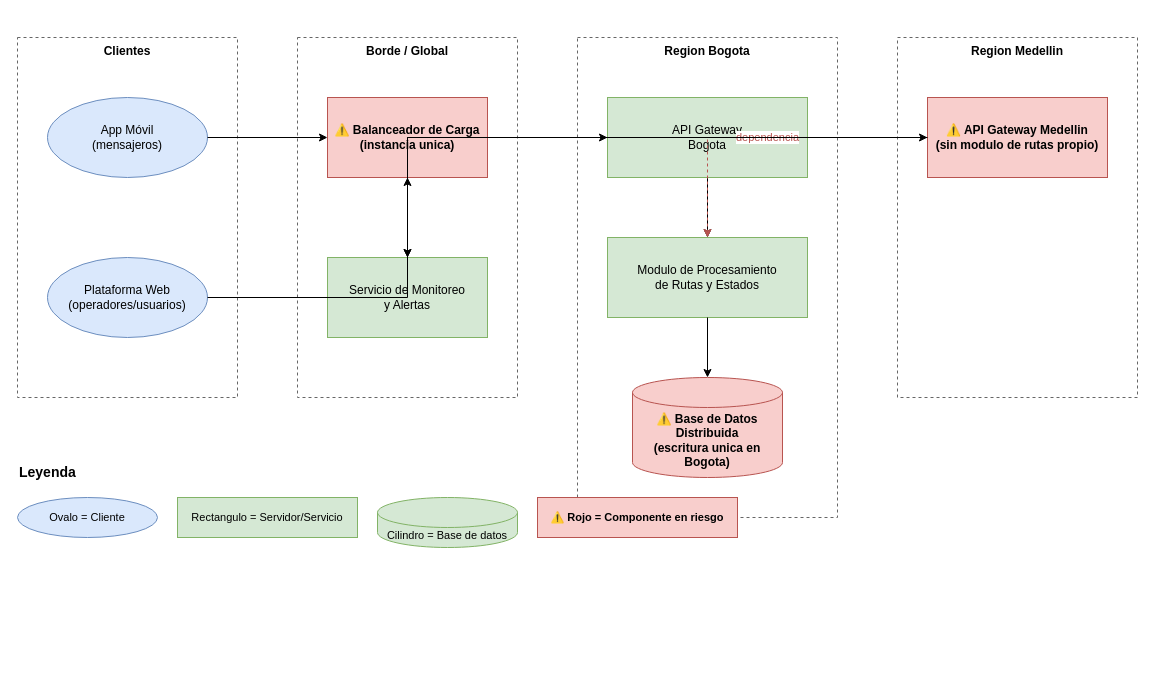
Before: clase/mapa-borrador.drawio in DavidOrozcoJ/Taller-4-MAPA-Munoz_Orozco, a draw.io diagram. Source tidied: cells renumbered, new cells numbered last; positions are measured from the earlier drawing's top-left corner, leaving out a move shared by most shapes. Both pictures are drawn from the tidied source at 100%, with x=0, y=0 at pixel (17, 37).
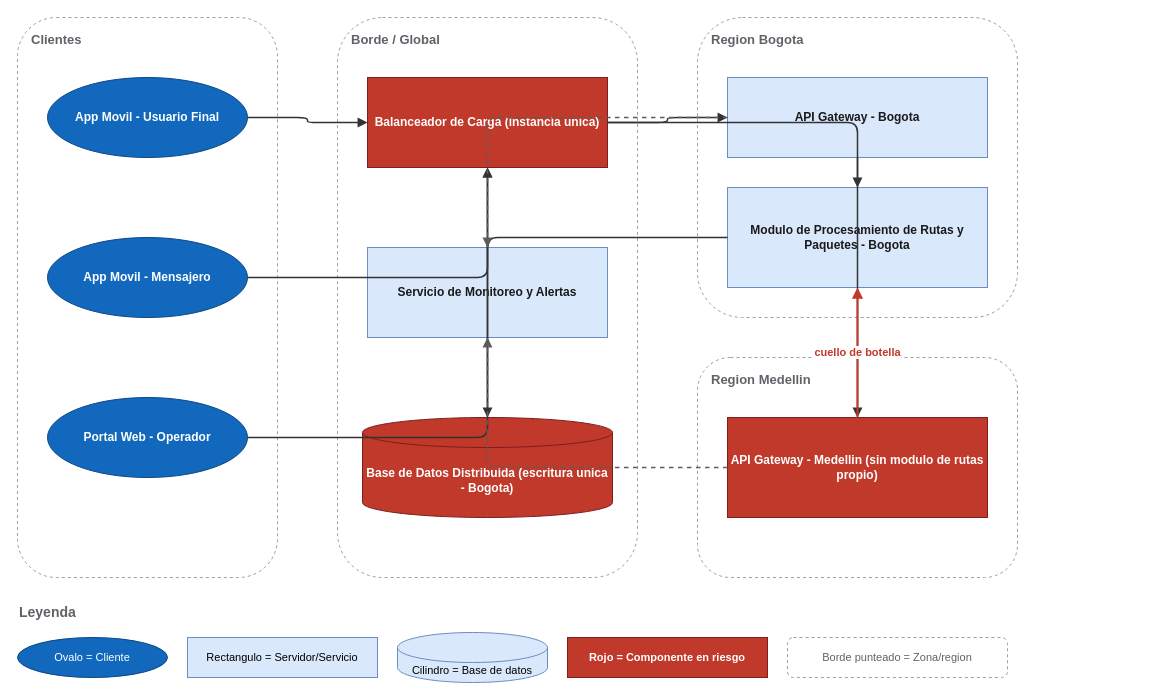
The same page after the edit.

Commit message (it also covers changes not shown here):
Resubida de Archivos Parte #1

Diff of the diagram source:
```diff
@@
-    <mxCell id="2" value="Clientes" style="rounded=0;whiteSpace=wrap;html=1;dashed=1;verticalAlign=top;fontStyle=1;fillColor=none;strokeColor=#666666;" parent="1" vertex="1">
-      <mxGeometry width="220" height="360" as="geometry" />
+    <mxCell id="2" value="Clientes" style="rounded=1;whiteSpace=wrap;html=1;fillColor=none;strokeColor=#9AA0A6;dashed=1;verticalAlign=top;align=left;fontColor=#5f6368;fontStyle=1;fontSize=13;spacingLeft=12;spacingTop=8;" parent="1" vertex="1">
+      <mxGeometry y="-20" width="260" height="560" as="geometry" />
     </mxCell>
-    <mxCell id="3" value="App Móvil&#10;(mensajeros)" style="ellipse;whiteSpace=wrap;html=1;fillColor=#dae8fc;strokeColor=#6c8ebf;" parent="1" vertex="1">
-      <mxGeometry x="30" y="60" width="160" height="80" as="geometry" />
-    </mxCell>
-    <mxCell id="4" value="Plataforma Web&#10;(operadores/usuarios)" style="ellipse;whiteSpace=wrap;html=1;fillColor=#dae8fc;strokeColor=#6c8ebf;" parent="1" vertex="1">
-      <mxGeometry x="30" y="220" width="160" height="80" as="geometry" />
-    </mxCell>
-    <mxCell id="5" value="Borde / Global" style="rounded=0;whiteSpace=wrap;html=1;dashed=1;verticalAlign=top;fontStyle=1;fillColor=none;strokeColor=#666666;" parent="1" vertex="1">
-      <mxGeometry x="280" width="220" height="360" as="geometry" />
+    <mxCell id="5" value="Borde / Global" style="rounded=1;whiteSpace=wrap;html=1;fillColor=none;strokeColor=#9AA0A6;dashed=1;verticalAlign=top;align=left;fontColor=#5f6368;fontStyle=1;fontSize=13;spacingLeft=12;spacingTop=8;" parent="1" vertex="1">
+      <mxGeometry x="320" y="-20" width="300" height="560" as="geometry" />
     </mxCell>
-    <mxCell id="6" value="⚠️ Balanceador de Carga&#10;(instancia unica)" style="rounded=0;whiteSpace=wrap;html=1;fillColor=#f8cecc;strokeColor=#b85450;fontStyle=1;" parent="1" vertex="1">
-      <mxGeometry x="310" y="60" width="160" height="80" as="geometry" />
-    </mxCell>
+    <mxCell id="8" value="Region Bogota" style="rounded=1;whiteSpace=wrap;html=1;fillColor=none;strokeColor=#9AA0A6;dashed=1;verticalAlign=top;align=left;fontColor=#5f6368;fontStyle=1;fontSize=13;spacingLeft=12;spacingTop=8;" parent="1" vertex="1">
+      <mxGeometry x="680" y="-20" width="320" height="300" as="geometry" />
+    </mxCell>
+    <mxCell id="12" value="Region Medellin" style="rounded=1;whiteSpace=wrap;html=1;fillColor=none;strokeColor=#9AA0A6;dashed=1;verticalAlign=top;align=left;fontColor=#5f6368;fontStyle=1;fontSize=13;spacingLeft=12;spacingTop=8;" parent="1" vertex="1">
+      <mxGeometry x="680" y="320" width="320" height="220" as="geometry" />
+    </mxCell>
+    <mxCell id="28" value="App Movil - Usuario Final" style="ellipse;whiteSpace=wrap;html=1;fillColor=#1168bd;strokeColor=#0b4884;fontColor=#FFFFFF;fontStyle=1;fontSize=12;align=center;verticalAlign=middle;" parent="1" vertex="1">
+      <mxGeometry x="30" y="40" width="200" height="80" as="geometry" />
+    </mxCell>
+    <mxCell id="29" value="App Movil - Mensajero" style="ellipse;whiteSpace=wrap;html=1;fillColor=#1168bd;strokeColor=#0b4884;fontColor=#FFFFFF;fontStyle=1;fontSize=12;align=center;verticalAlign=middle;" parent="1" vertex="1">
+      <mxGeometry x="30" y="200" width="200" height="80" as="geometry" />
+    </mxCell>
+    <mxCell id="30" value="Portal Web - Operador" style="ellipse;whiteSpace=wrap;html=1;fillColor=#1168bd;strokeColor=#0b4884;fontColor=#FFFFFF;fontStyle=1;fontSize=12;align=center;verticalAlign=middle;" parent="1" vertex="1">
+      <mxGeometry x="30" y="360" width="200" height="80" as="geometry" />
+    </mxCell>
+    <mxCell id="31" value="Balanceador de Carga (instancia unica)" style="rounded=0;whiteSpace=wrap;html=1;fillColor=#c0392b;strokeColor=#7b1f1f;fontColor=#FFFFFF;fontStyle=1;fontSize=12;align=center;verticalAlign=middle;" parent="1" vertex="1">
+      <mxGeometry x="350" y="40" width="240" height="90" as="geometry" />
+    </mxCell>
-    <mxCell id="7" value="Servicio de Monitoreo&#10;y Alertas" style="rounded=0;whiteSpace=wrap;html=1;fillColor=#d5e8d4;strokeColor=#82b366;" parent="1" vertex="1">
-      <mxGeometry x="310" y="220" width="160" height="80" as="geometry" />
+    <mxCell id="7" value="Servicio de Monitoreo y Alertas" style="rounded=0;whiteSpace=wrap;html=1;fillColor=#dae8fc;strokeColor=#6c8ebf;fontColor=#1a1a1a;fontStyle=1;fontSize=12;align=center;verticalAlign=middle;" parent="1" vertex="1">
+      <mxGeometry x="350" y="210" width="240" height="90" as="geometry" />
     </mxCell>
-    <mxCell id="8" value="Region Bogota" style="rounded=0;whiteSpace=wrap;html=1;dashed=1;verticalAlign=top;fontStyle=1;fillColor=none;strokeColor=#666666;" parent="1" vertex="1">
-      <mxGeometry x="560" width="260" height="480" as="geometry" />
-    </mxCell>
-    <mxCell id="9" value="API Gateway&#10;Bogota" style="rounded=0;whiteSpace=wrap;html=1;fillColor=#d5e8d4;strokeColor=#82b366;" parent="1" vertex="1">
-      <mxGeometry x="590" y="60" width="200" height="80" as="geometry" />
-    </mxCell>
-    <mxCell id="10" value="Modulo de Procesamiento&#10;de Rutas y Estados" style="rounded=0;whiteSpace=wrap;html=1;fillColor=#d5e8d4;strokeColor=#82b366;" parent="1" vertex="1">
-      <mxGeometry x="590" y="200" width="200" height="80" as="geometry" />
-    </mxCell>
-    <mxCell id="11" value="⚠️ Base de Datos Distribuida&#10;(escritura unica en Bogota)" style="shape=cylinder3;whiteSpace=wrap;html=1;fillColor=#f8cecc;strokeColor=#b85450;fontStyle=1;boundedLbl=1;" parent="1" vertex="1">
-      <mxGeometry x="615" y="340" width="150" height="100" as="geometry" />
-    </mxCell>
-    <mxCell id="12" value="Region Medellin" style="rounded=0;whiteSpace=wrap;html=1;dashed=1;verticalAlign=top;fontStyle=1;fillColor=none;strokeColor=#666666;" parent="1" vertex="1">
-      <mxGeometry x="880" width="240" height="360" as="geometry" />
-    </mxCell>
-    <mxCell id="13" value="⚠️ API Gateway Medellin&#10;(sin modulo de rutas propio)" style="rounded=0;whiteSpace=wrap;html=1;fillColor=#f8cecc;strokeColor=#b85450;fontStyle=1;" parent="1" vertex="1">
-      <mxGeometry x="910" y="60" width="180" height="80" as="geometry" />
-    </mxCell>
-    <mxCell id="14" style="edgeStyle=orthogonalEdgeStyle;rounded=0;html=1;" parent="1" edge="1" source="3" target="6">
-      <mxGeometry relative="1" as="geometry" />
-    </mxCell>
-    <mxCell id="15" style="edgeStyle=orthogonalEdgeStyle;rounded=0;html=1;" parent="1" edge="1" source="4" target="6">
-      <mxGeometry relative="1" as="geometry" />
-    </mxCell>
-    <mxCell id="16" style="edgeStyle=orthogonalEdgeStyle;rounded=0;html=1;" parent="1" edge="1" source="6" target="9">
-      <mxGeometry relative="1" as="geometry" />
-    </mxCell>
-    <mxCell id="17" style="edgeStyle=orthogonalEdgeStyle;rounded=0;html=1;" parent="1" edge="1" source="6" target="13">
-      <mxGeometry relative="1" as="geometry" />
-    </mxCell>
-    <mxCell id="18" style="edgeStyle=orthogonalEdgeStyle;rounded=0;html=1;" parent="1" edge="1" source="9" target="10">
-      <mxGeometry relative="1" as="geometry" />
-    </mxCell>
-    <mxCell id="19" value="dependencia" style="edgeStyle=orthogonalEdgeStyle;rounded=0;html=1;dashed=1;strokeColor=#b85450;fontColor=#b85450;" parent="1" edge="1" source="13" target="10">
-      <mxGeometry relative="1" as="geometry" />
-    </mxCell>
-    <mxCell id="20" style="edgeStyle=orthogonalEdgeStyle;rounded=0;html=1;" parent="1" edge="1" source="10" target="11">
-      <mxGeometry relative="1" as="geometry" />
-    </mxCell>
-    <mxCell id="21" style="edgeStyle=orthogonalEdgeStyle;rounded=0;html=1;" parent="1" edge="1" source="9" target="7">
-      <mxGeometry relative="1" as="geometry" />
-    </mxCell>
-    <mxCell id="22" style="edgeStyle=orthogonalEdgeStyle;rounded=0;html=1;" parent="1" edge="1" source="13" target="7">
-      <mxGeometry relative="1" as="geometry" />
-    </mxCell>
+    <mxCell id="32" value="Base de Datos Distribuida (escritura unica - Bogota)" style="shape=cylinder3;whiteSpace=wrap;html=1;boundedLbl=1;backgroundOutline=1;size=15;fillColor=#c0392b;strokeColor=#7b1f1f;fontColor=#FFFFFF;fontStyle=1;fontSize=12;align=center;verticalAlign=middle;" parent="1" vertex="1">
+      <mxGeometry x="345" y="380" width="250" height="100" as="geometry" />
+    </mxCell>
+    <mxCell id="33" value="API Gateway - Bogota" style="rounded=0;whiteSpace=wrap;html=1;fillColor=#dae8fc;strokeColor=#6c8ebf;fontColor=#1a1a1a;fontStyle=1;fontSize=12;align=center;verticalAlign=middle;" parent="1" vertex="1">
+      <mxGeometry x="710" y="40" width="260" height="80" as="geometry" />
+    </mxCell>
+    <mxCell id="34" value="Modulo de Procesamiento de Rutas y Paquetes - Bogota" style="rounded=0;whiteSpace=wrap;html=1;fillColor=#dae8fc;strokeColor=#6c8ebf;fontColor=#1a1a1a;fontStyle=1;fontSize=12;align=center;verticalAlign=middle;" parent="1" vertex="1">
+      <mxGeometry x="710" y="150" width="260" height="100" as="geometry" />
+    </mxCell>
+    <mxCell id="35" value="API Gateway - Medellin (sin modulo de rutas propio)" style="rounded=0;whiteSpace=wrap;html=1;fillColor=#c0392b;strokeColor=#7b1f1f;fontColor=#FFFFFF;fontStyle=1;fontSize=12;align=center;verticalAlign=middle;" parent="1" vertex="1">
+      <mxGeometry x="710" y="380" width="260" height="100" as="geometry" />
+    </mxCell>
+    <mxCell id="36" style="edgeStyle=orthogonalEdgeStyle;html=1;endArrow=block;strokeColor=#333333;strokeWidth=1.5;fontColor=#333333;fontSize=11;" parent="1" edge="1" source="28" target="31">
+      <mxGeometry relative="1" as="geometry" />
+    </mxCell>
+    <mxCell id="37" style="edgeStyle=orthogonalEdgeStyle;html=1;endArrow=block;strokeColor=#333333;strokeWidth=1.5;fontColor=#333333;fontSize=11;" parent="1" edge="1" source="29" target="31">
+      <mxGeometry relative="1" as="geometry" />
+    </mxCell>
+    <mxCell id="38" style="edgeStyle=orthogonalEdgeStyle;html=1;endArrow=block;strokeColor=#333333;strokeWidth=1.5;fontColor=#333333;fontSize=11;" parent="1" edge="1" source="30" target="31">
+      <mxGeometry relative="1" as="geometry" />
+    </mxCell>
+    <mxCell id="39" style="edgeStyle=orthogonalEdgeStyle;html=1;endArrow=block;strokeColor=#333333;strokeWidth=1.5;fontColor=#333333;fontSize=11;" parent="1" edge="1" source="31" target="33">
+      <mxGeometry relative="1" as="geometry" />
+    </mxCell>
+    <mxCell id="40" style="edgeStyle=orthogonalEdgeStyle;html=1;endArrow=block;strokeColor=#333333;strokeWidth=1.5;fontColor=#333333;fontSize=11;" parent="1" edge="1" source="31" target="35">
+      <mxGeometry relative="1" as="geometry" />
+    </mxCell>
+    <mxCell id="41" style="edgeStyle=orthogonalEdgeStyle;html=1;endArrow=block;strokeColor=#333333;strokeWidth=1.5;fontColor=#333333;fontSize=11;" parent="1" edge="1" source="33" target="34">
+      <mxGeometry relative="1" as="geometry" />
+    </mxCell>
+    <mxCell id="42" value="cuello de botella" style="edgeStyle=orthogonalEdgeStyle;html=1;endArrow=block;strokeColor=#c0392b;strokeWidth=2;fontColor=#c0392b;fontStyle=1;fontSize=11;" parent="1" edge="1" source="35" target="34">
+      <mxGeometry relative="1" as="geometry" />
+    </mxCell>
+    <mxCell id="43" style="edgeStyle=orthogonalEdgeStyle;html=1;endArrow=block;strokeColor=#333333;strokeWidth=1.5;fontColor=#333333;fontSize=11;" parent="1" edge="1" source="34" target="32">
+      <mxGeometry relative="1" as="geometry" />
+    </mxCell>
+    <mxCell id="44" style="edgeStyle=orthogonalEdgeStyle;html=1;endArrow=block;dashed=1;strokeColor=#5c5c5c;strokeWidth=1.5;fontColor=#5c5c5c;fontSize=11;" parent="1" edge="1" source="33" target="7">
+      <mxGeometry relative="1" as="geometry" />
+    </mxCell>
+    <mxCell id="45" style="edgeStyle=orthogonalEdgeStyle;html=1;endArrow=block;dashed=1;strokeColor=#5c5c5c;strokeWidth=1.5;fontColor=#5c5c5c;fontSize=11;" parent="1" edge="1" source="35" target="7">
+      <mxGeometry relative="1" as="geometry" />
+    </mxCell>
-    <mxCell id="23" value="Leyenda" style="text;html=1;fontStyle=1;fontSize=14;" parent="1" vertex="1">
-      <mxGeometry y="420" width="120" height="30" as="geometry" />
+    <mxCell id="23" value="Leyenda" style="text;html=1;fontStyle=1;fontSize=14;fontColor=#5f6368;" parent="1" vertex="1">
+      <mxGeometry y="560" width="120" height="30" as="geometry" />
     </mxCell>
-    <mxCell id="24" value="Ovalo = Cliente" style="ellipse;whiteSpace=wrap;html=1;fillColor=#dae8fc;strokeColor=#6c8ebf;fontSize=11;" parent="1" vertex="1">
-      <mxGeometry y="460" width="140" height="40" as="geometry" />
+    <mxCell id="24" value="Ovalo = Cliente" style="ellipse;whiteSpace=wrap;html=1;fillColor=#1168bd;strokeColor=#0b4884;fontColor=#FFFFFF;fontSize=11;" parent="1" vertex="1">
+      <mxGeometry y="600" width="150" height="40" as="geometry" />
     </mxCell>
-    <mxCell id="25" value="Rectangulo = Servidor/Servicio" style="rounded=0;whiteSpace=wrap;html=1;fillColor=#d5e8d4;strokeColor=#82b366;fontSize=11;" parent="1" vertex="1">
-      <mxGeometry x="160" y="460" width="180" height="40" as="geometry" />
+    <mxCell id="25" value="Rectangulo = Servidor/Servicio" style="rounded=0;whiteSpace=wrap;html=1;fillColor=#dae8fc;strokeColor=#6c8ebf;fontSize=11;" parent="1" vertex="1">
+      <mxGeometry x="170" y="600" width="190" height="40" as="geometry" />
     </mxCell>
-    <mxCell id="26" value="Cilindro = Base de datos" style="shape=cylinder3;whiteSpace=wrap;html=1;fillColor=#d5e8d4;strokeColor=#82b366;fontSize=11;boundedLbl=1;" parent="1" vertex="1">
-      <mxGeometry x="360" y="460" width="140" height="50" as="geometry" />
+    <mxCell id="26" value="Cilindro = Base de datos" style="shape=cylinder3;whiteSpace=wrap;html=1;boundedLbl=1;fillColor=#dae8fc;strokeColor=#6c8ebf;fontSize=11;" parent="1" vertex="1">
+      <mxGeometry x="380" y="595" width="150" height="50" as="geometry" />
     </mxCell>
-    <mxCell id="27" value="⚠️ Rojo = Componente en riesgo" style="rounded=0;whiteSpace=wrap;html=1;fillColor=#f8cecc;strokeColor=#b85450;fontSize=11;fontStyle=1;" parent="1" vertex="1">
-      <mxGeometry x="520" y="460" width="200" height="40" as="geometry" />
+    <mxCell id="27" value="Rojo = Componente en riesgo" style="rounded=0;whiteSpace=wrap;html=1;fillColor=#c0392b;strokeColor=#7b1f1f;fontColor=#FFFFFF;fontSize=11;fontStyle=1;" parent="1" vertex="1">
+      <mxGeometry x="550" y="600" width="200" height="40" as="geometry" />
     </mxCell>
+    <mxCell id="46" value="Borde punteado = Zona/region" style="rounded=1;whiteSpace=wrap;html=1;fillColor=none;strokeColor=#9AA0A6;dashed=1;fontColor=#5f6368;fontSize=11;" parent="1" vertex="1">
+      <mxGeometry x="770" y="600" width="220" height="40" as="geometry" />
+    </mxCell>
```
